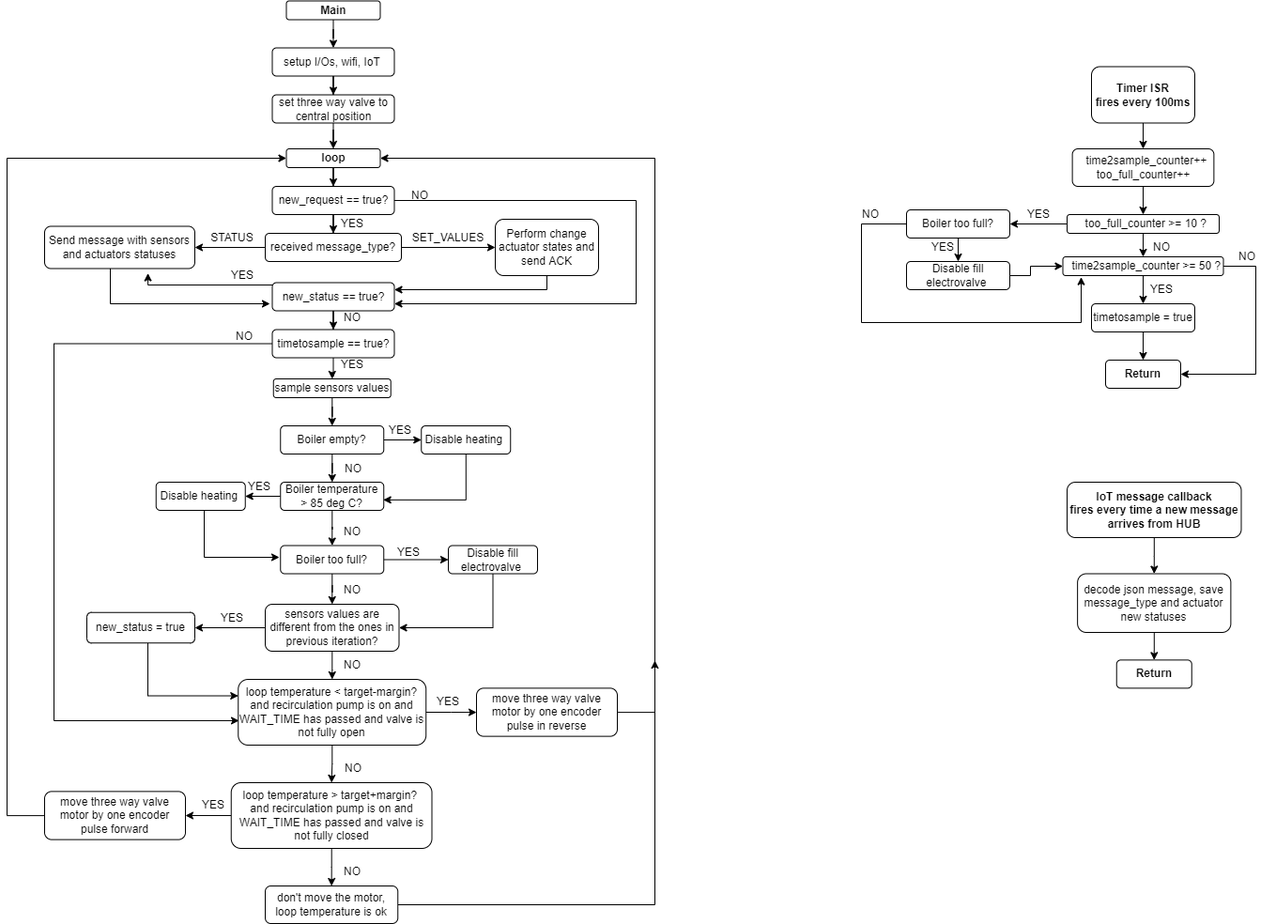
Before: SC2 fw Diagram.png, a diagram exported from draw.io (stefanolucchesini/boiler_controller). Source tidied: cells renumbered, new cells last; positions are measured from the earlier drawing's top-left corner, leaving out a move shared by most shapes.
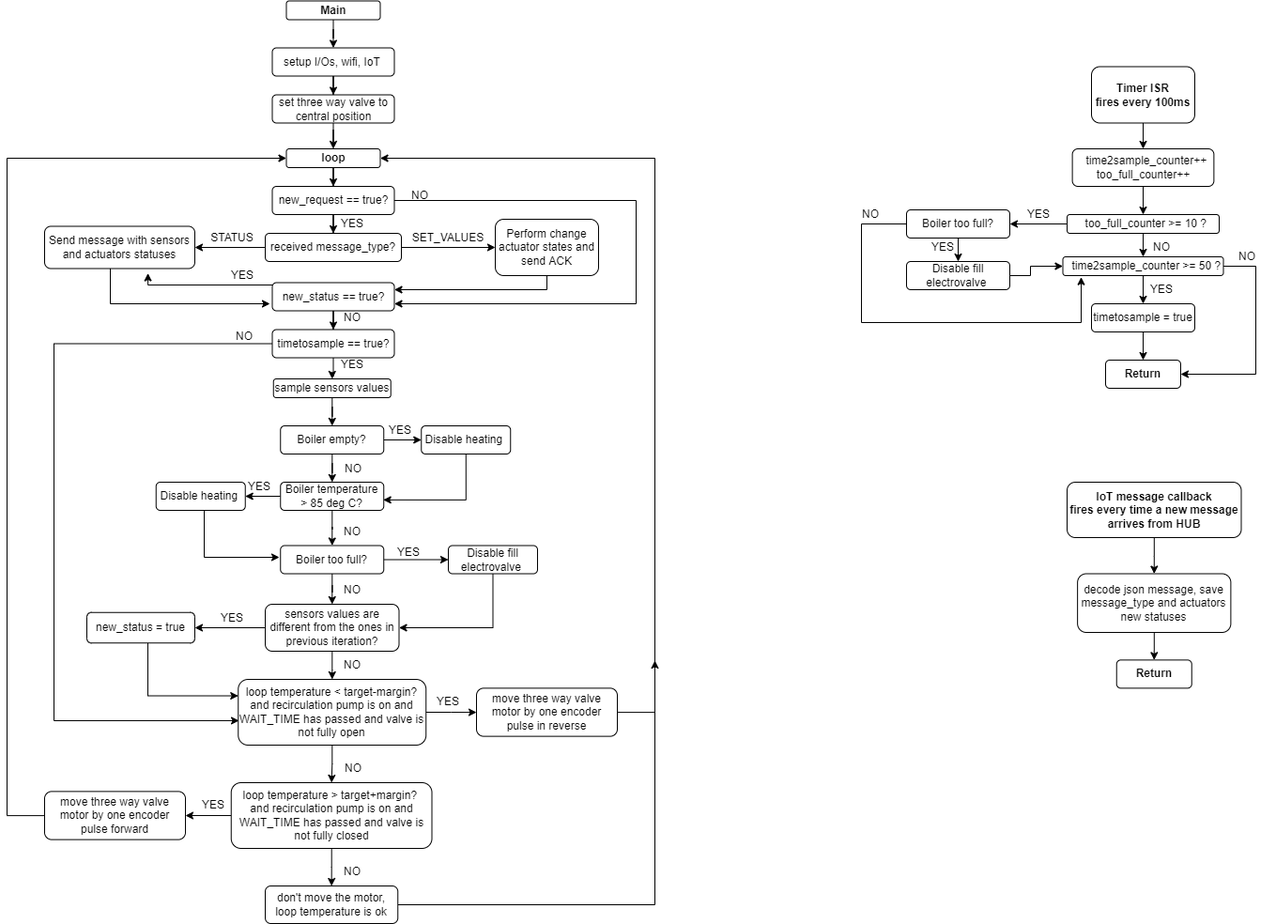
The same diagram one commit later.

What changed in the source:
```diff
@@ -391,7 +391,7 @@
     <mxCell id="106" style="edgeStyle=orthogonalEdgeStyle;rounded=0;jettySize=auto;html=1;entryX=0.5;entryY=0;entryDx=0;entryDy=0;" parent="1" edge="1" source="107" target="108">
       <mxGeometry relative="1" as="geometry" />
     </mxCell>
-    <mxCell id="107" value="decode json message, save&lt;br&gt;message_type and actuator new statuses" style="rounded=1;whiteSpace=wrap;html=1;" parent="1" vertex="1">
+    <mxCell id="107" value="decode json message, save&lt;br&gt;message_type and actuators new statuses" style="rounded=1;whiteSpace=wrap;html=1;" parent="1" vertex="1">
       <mxGeometry x="1140.1" y="609.5" width="163.2" height="62.5" as="geometry" />
     </mxCell>
     <mxCell id="108" value="&lt;b&gt;Return&lt;br&gt;&lt;/b&gt;" style="rounded=1;whiteSpace=wrap;html=1;" parent="1" vertex="1">
```
